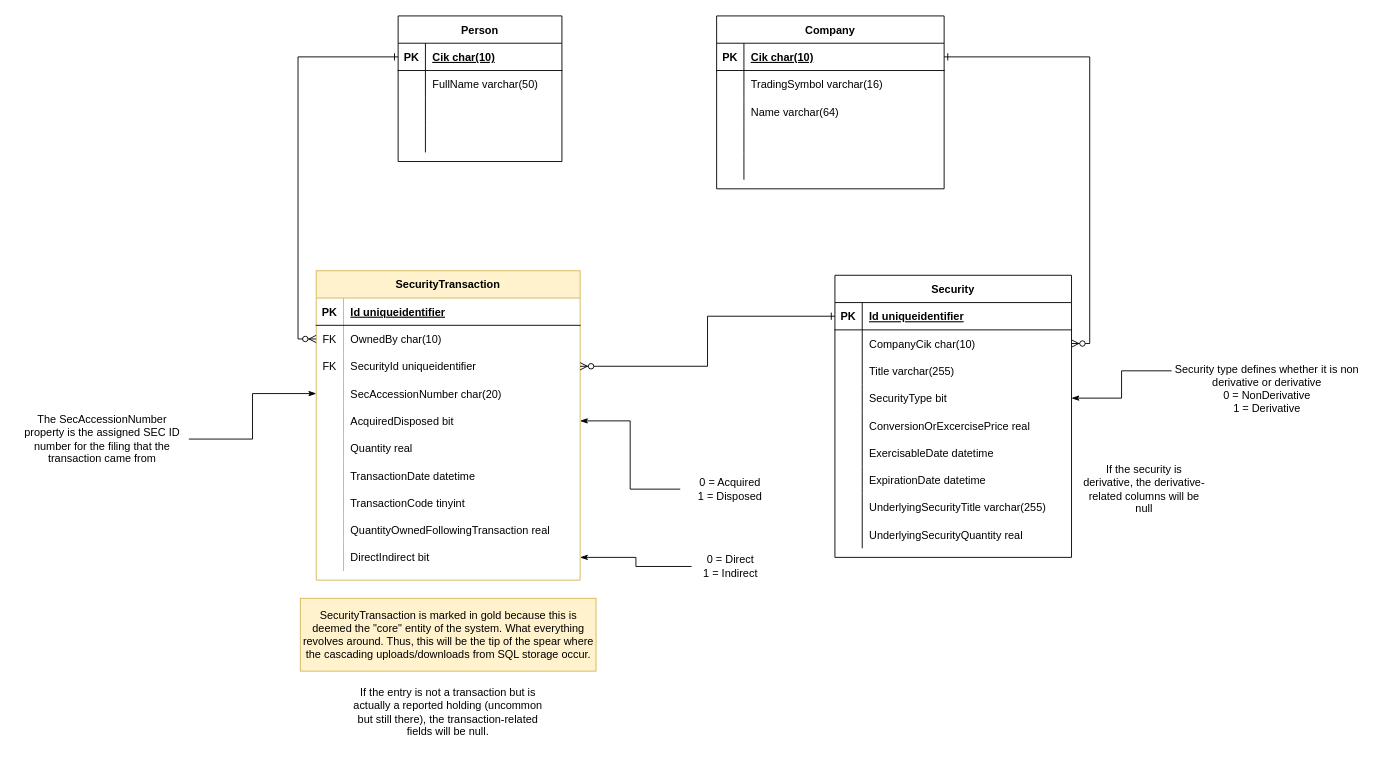
This is AletheiaErd.drawio from TimHanewich/Aletheia-Engine-Library, a draw.io file, before an edit. Source tidied: cells renumbered, new cells numbered last; positions are measured from the earlier drawing's top-left corner, leaving out a move shared by most shapes. Both pictures are drawn from the tidied source at 91%, with x=0, y=0 at pixel (15, 15).
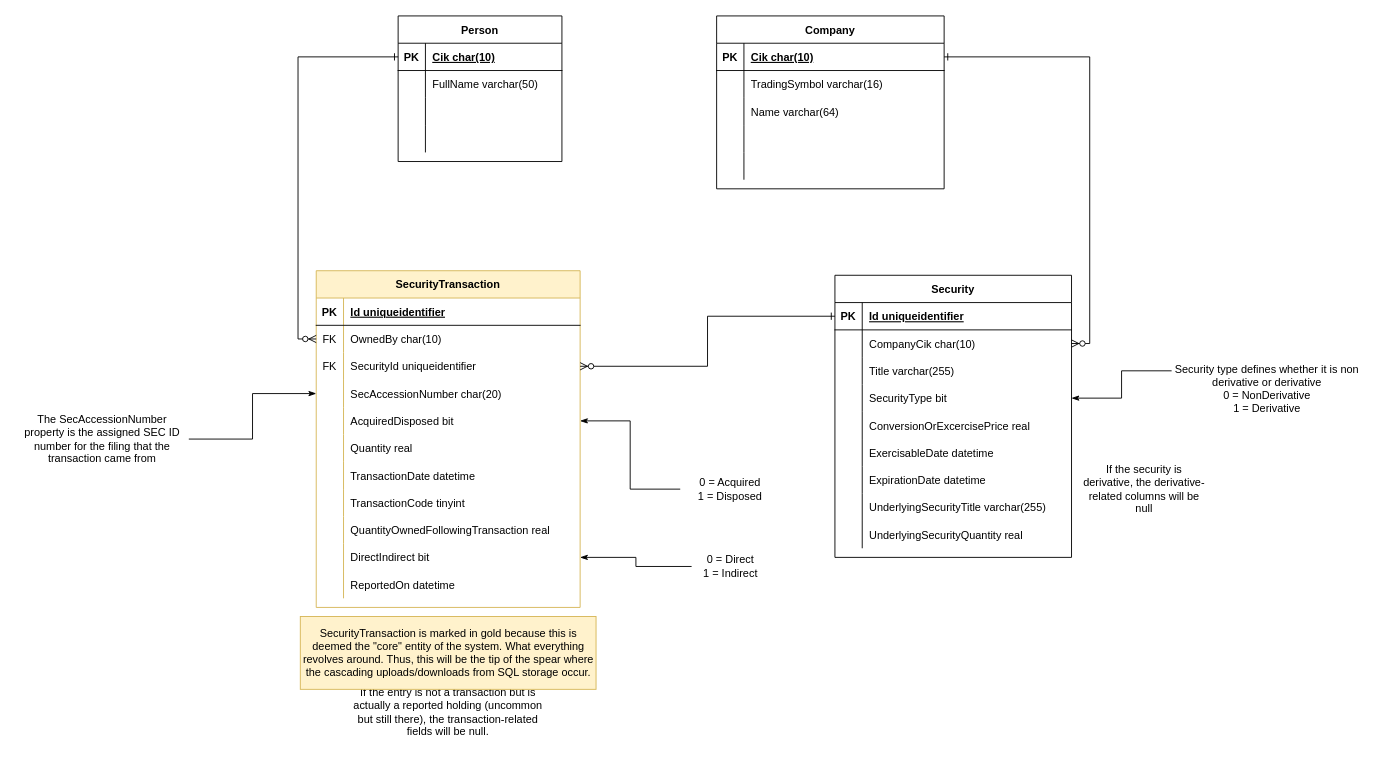
The same diagram, later.

Commit message (it also covers changes not shown here):
Added ReportedOn column to SecurityTransaction

The edit, as a diff of the source:
```diff
@@
     <mxCell id="59" value="SecurityTransaction" style="shape=table;startSize=30;childLayout=tableLayout;rowLines=0;fontStyle=1;align=center;fillColor=#fff2cc;strokeColor=#d6b656;" parent="1" vertex="1">
-      <mxGeometry x="330" y="280" width="290" height="340" as="geometry" />
+      <mxGeometry x="330" y="280" width="290" height="370" as="geometry" />
     </mxCell>
@@
+    <mxCell id="104" style="shape=partialRectangle;fillColor=none;top=0;left=0;bottom=0;right=0;" parent="59" vertex="1">
+      <mxGeometry y="330" width="290" height="30" as="geometry" />
+    </mxCell>
+    <mxCell id="105" style="shape=partialRectangle;fillColor=none;top=0;left=0;bottom=0;right=0;overflow=hidden;" parent="104" vertex="1">
+      <mxGeometry width="30" height="30" as="geometry" />
+    </mxCell>
+    <mxCell id="106" value="ReportedOn datetime" style="shape=partialRectangle;fillColor=none;top=0;left=0;bottom=0;right=0;align=left;spacingLeft=6;overflow=hidden;" parent="104" vertex="1">
+      <mxGeometry x="30" width="260" height="30" as="geometry" />
+    </mxCell>
@@
     <mxCell id="102" value="SecurityTransaction is marked in gold because this is deemed the &quot;core&quot; entity of the system. What everything revolves around. Thus, this will be the tip of the spear where the cascading uploads/downloads from SQL storage occur." style="text;html=1;strokeColor=#d6b656;fillColor=#fff2cc;align=center;verticalAlign=middle;whiteSpace=wrap;rounded=0;" parent="1" vertex="1">
-      <mxGeometry x="312.5" y="640" width="325" height="80" as="geometry" />
+      <mxGeometry x="312.5" y="660" width="325" height="80" as="geometry" />
     </mxCell>
```
